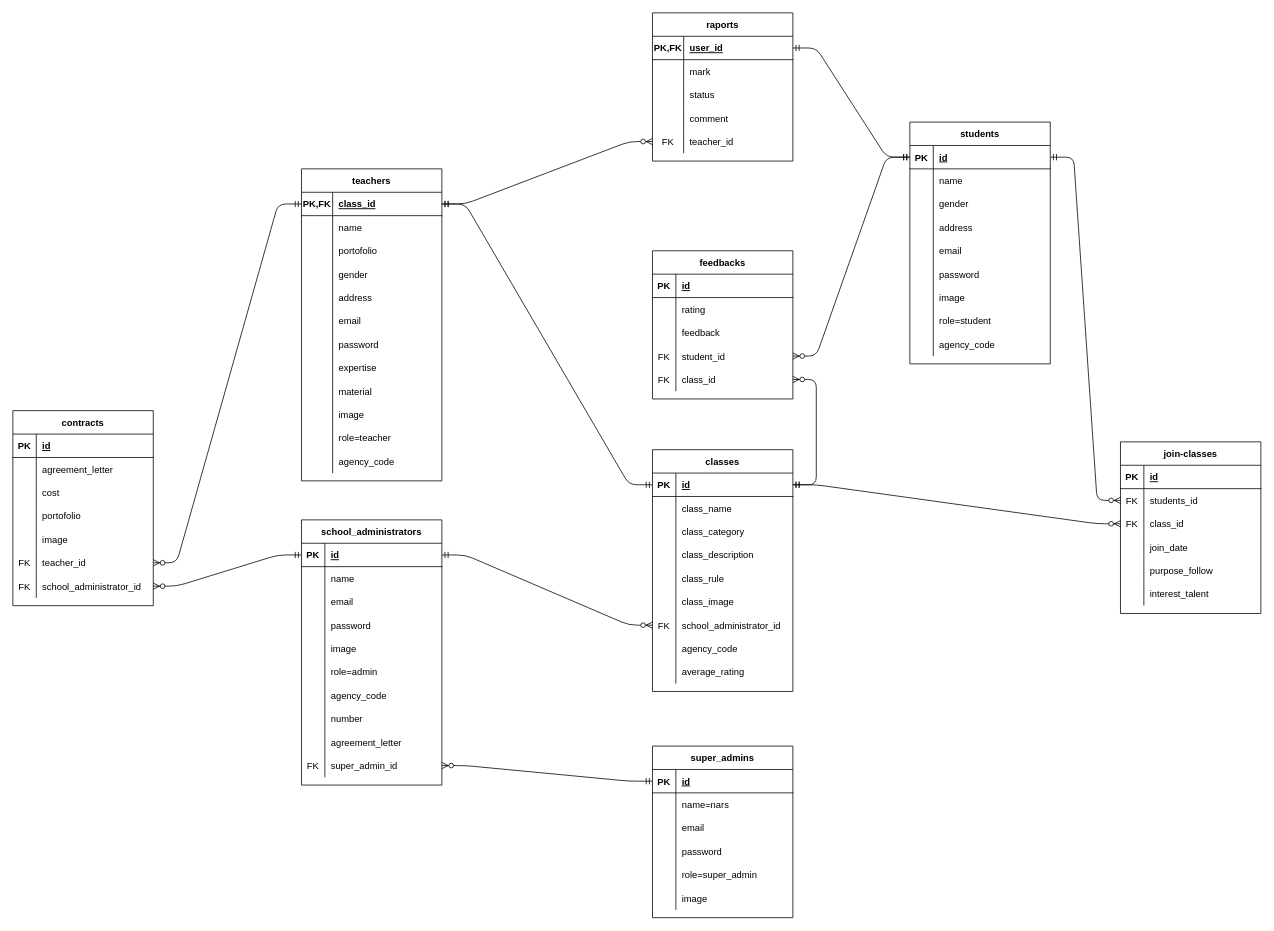
This is ERD/erd-innon-formal-edu-app.drawio from yusnarsetiyadi/MyProject-innonFormal.edu, a draw.io file, before an edit. Source tidied: cells renumbered, new cells numbered last; positions are measured from the earlier drawing's top-left corner, leaving out a move shared by most shapes. Both pictures are drawn from the tidied source at 78%, with x=0, y=0 at pixel (12, 12).
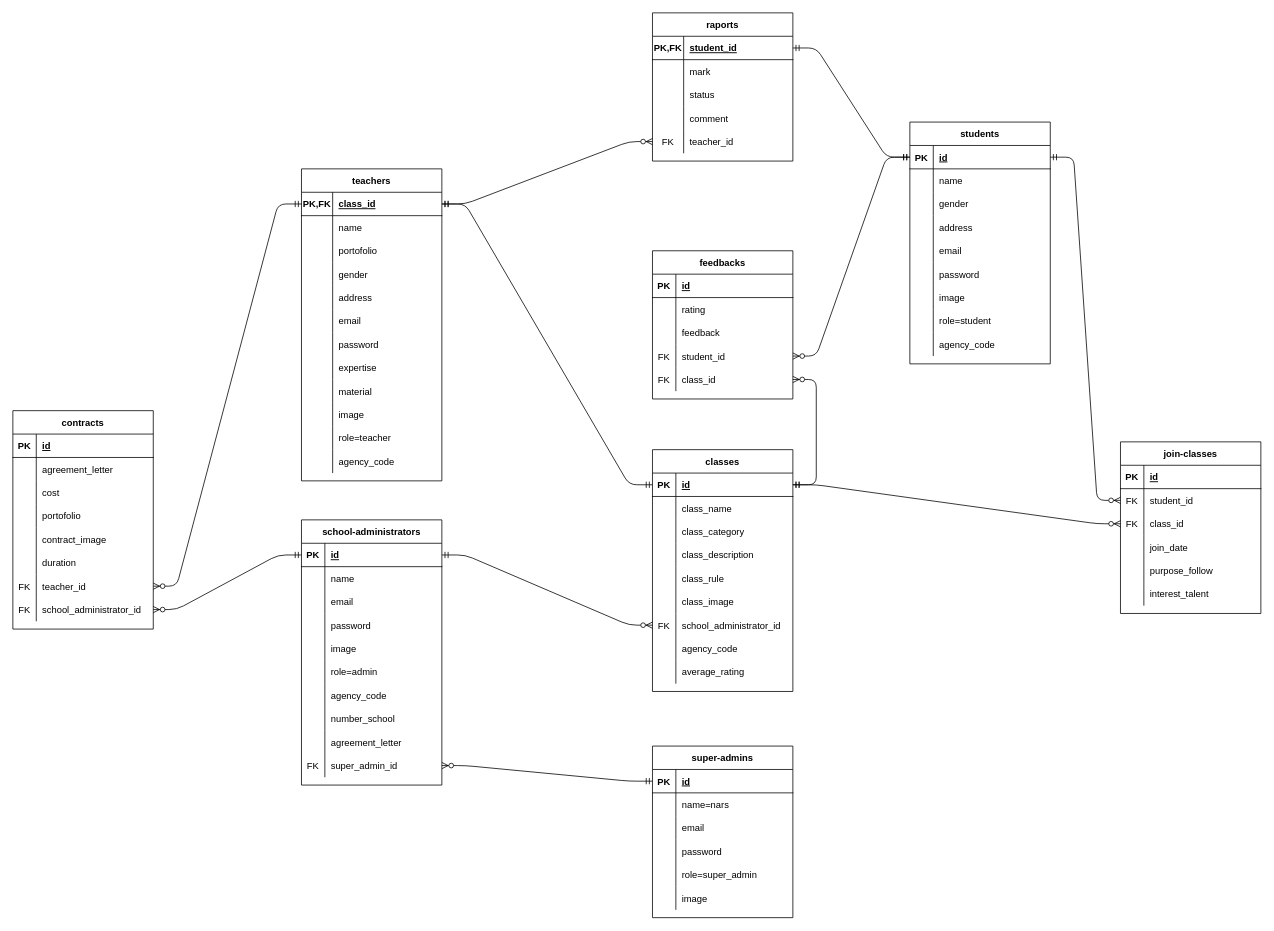
The same page after the edit.

Commit message (it also covers changes not shown here):
recheck erd,openapi,rdb

The change refers to these unchanged cells:
```xml
<mxCell id="24" style="shape=partialRectangle;fillColor=none;top=0;left=0;bottom=0;right=0;" parent="2" vertex="1">
  <mxGeometry y="240" width="180" height="30" as="geometry" />
</mxCell>
<mxCell id="94" style="shape=partialRectangle;fillColor=none;top=0;left=0;bottom=0;right=0;points=[[0,0.5],[1,0.5]];portConstraint=eastwest;" parent="90" vertex="1">
  <mxGeometry y="60" width="180" height="30" as="geometry" />
</mxCell>
<mxCell id="112" style="shape=partialRectangle;fillColor=none;top=0;left=0;bottom=1;right=0;points=[[0,0.5],[1,0.5]];portConstraint=eastwest;" parent="111" vertex="1">
  <mxGeometry y="30" width="180" height="30" as="geometry" />
</mxCell>
<mxCell id="218" style="shape=partialRectangle;fillColor=none;top=0;left=0;bottom=0;right=0;" parent="205" vertex="1">
  <mxGeometry y="150" width="180" height="30" as="geometry" />
</mxCell>
```

Diff of the diagram source:
```diff
@@
-    <mxCell id="2" value="school_administrators" style="shape=table;startSize=30;childLayout=tableLayout;rowLines=0;fontStyle=1;align=center;" parent="1" vertex="1">
+    <mxCell id="2" value="school-administrators" style="shape=table;startSize=30;childLayout=tableLayout;rowLines=0;fontStyle=1;align=center;" parent="1" vertex="1">
       <mxGeometry x="370" y="650" width="180" height="340" as="geometry" />
     </mxCell>
@@
-    <mxCell id="26" value="number" style="shape=partialRectangle;fillColor=none;top=0;left=0;bottom=0;right=0;align=left;spacingLeft=6;overflow=hidden;" parent="24" vertex="1">
+    <mxCell id="26" value="number_school" style="shape=partialRectangle;fillColor=none;top=0;left=0;bottom=0;right=0;align=left;spacingLeft=6;overflow=hidden;" parent="24" vertex="1">
       <mxGeometry x="30" width="150" height="30" as="geometry" />
     </mxCell>
@@
-    <mxCell id="96" value="students_id" style="shape=partialRectangle;fillColor=none;top=0;left=0;bottom=0;right=0;align=left;spacingLeft=6;overflow=hidden;" parent="94" vertex="1">
+    <mxCell id="96" value="student_id" style="shape=partialRectangle;fillColor=none;top=0;left=0;bottom=0;right=0;align=left;spacingLeft=6;overflow=hidden;" parent="94" vertex="1">
       <mxGeometry x="30" width="150" height="30" as="geometry" />
     </mxCell>
@@
-    <mxCell id="114" value="user_id" style="shape=partialRectangle;fillColor=none;top=0;left=0;bottom=0;right=0;align=left;spacingLeft=6;fontStyle=5;overflow=hidden;" parent="112" vertex="1">
+    <mxCell id="114" value="student_id" style="shape=partialRectangle;fillColor=none;top=0;left=0;bottom=0;right=0;align=left;spacingLeft=6;fontStyle=5;overflow=hidden;" parent="112" vertex="1">
       <mxGeometry x="40" width="140" height="30" as="geometry" />
     </mxCell>
@@
-    <mxCell id="184" value="super_admins" style="shape=table;startSize=30;childLayout=tableLayout;rowLines=0;fontStyle=1;align=center;" parent="1" vertex="1">
+    <mxCell id="184" value="super-admins" style="shape=table;startSize=30;childLayout=tableLayout;rowLines=0;fontStyle=1;align=center;" parent="1" vertex="1">
       <mxGeometry x="820" y="940" width="180" height="220" as="geometry" />
     </mxCell>
@@
     <mxCell id="205" value="contracts" style="shape=table;startSize=30;childLayout=tableLayout;rowLines=0;fontStyle=1;align=center;" parent="1" vertex="1">
-      <mxGeometry y="510" width="180" height="250" as="geometry" />
+      <mxGeometry y="510" width="180" height="280" as="geometry" />
     </mxCell>
@@
-    <mxCell id="220" value="image" style="shape=partialRectangle;fillColor=none;top=0;left=0;bottom=0;right=0;align=left;spacingLeft=6;overflow=hidden;" parent="218" vertex="1">
+    <mxCell id="220" value="contract_image" style="shape=partialRectangle;fillColor=none;top=0;left=0;bottom=0;right=0;align=left;spacingLeft=6;overflow=hidden;" parent="218" vertex="1">
       <mxGeometry x="30" width="150" height="30" as="geometry" />
     </mxCell>
+    <mxCell id="229" style="shape=partialRectangle;fillColor=none;top=0;left=0;bottom=0;right=0;" parent="205" vertex="1">
+      <mxGeometry y="180" width="180" height="30" as="geometry" />
+    </mxCell>
+    <mxCell id="230" style="shape=partialRectangle;fillColor=none;top=0;left=0;bottom=0;right=0;overflow=hidden;" parent="229" vertex="1">
+      <mxGeometry width="30" height="30" as="geometry" />
+    </mxCell>
+    <mxCell id="231" value="duration" style="shape=partialRectangle;fillColor=none;top=0;left=0;bottom=0;right=0;align=left;spacingLeft=6;overflow=hidden;" parent="229" vertex="1">
+      <mxGeometry x="30" width="150" height="30" as="geometry" />
+    </mxCell>
     <mxCell id="221" style="shape=partialRectangle;fillColor=none;top=0;left=0;bottom=0;right=0;points=[[0,0.5],[1,0.5]];portConstraint=eastwest;" parent="205" vertex="1">
-      <mxGeometry y="180" width="180" height="30" as="geometry" />
+      <mxGeometry y="210" width="180" height="30" as="geometry" />
     </mxCell>
@@
     <mxCell id="224" style="shape=partialRectangle;fillColor=none;top=0;left=0;bottom=0;right=0;points=[[0,0.5],[1,0.5]];portConstraint=eastwest;" parent="205" vertex="1">
-      <mxGeometry y="210" width="180" height="30" as="geometry" />
+      <mxGeometry y="240" width="180" height="30" as="geometry" />
     </mxCell>
```
